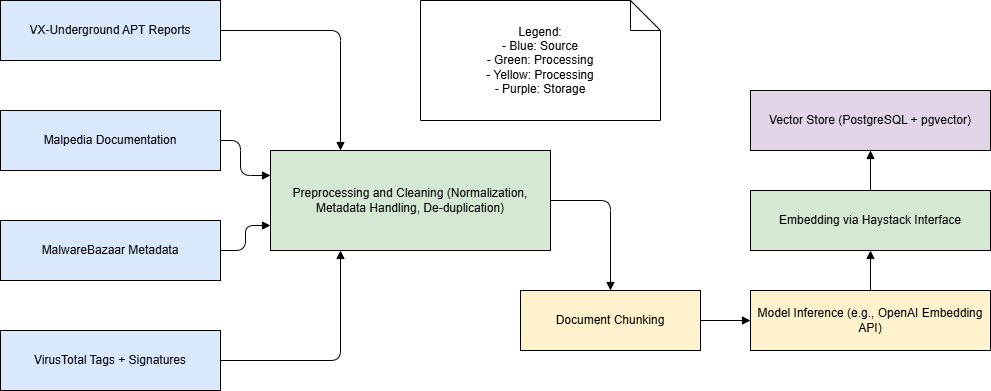
Above: images/data-ingestion.png in andremmfaria/masters-thesis (draw.io), before the change. Source tidied: cells renumbered, new cells last; positions are measured from the earlier drawing's top-left corner, leaving out a move shared by most shapes. Its diagram source:
```xml
<mxGraphModel>
  <root>
    <mxCell id="0" />
    <mxCell id="1" parent="0" />
    <mxCell id="2" value="VX-Underground APT Reports" style="shape=rectangle;whiteSpace=wrap;html=1;fillColor=#DAE8FC;" parent="1" vertex="1">
      <mxGeometry width="220" height="60" as="geometry" />
    </mxCell>
    <mxCell id="3" value="Malpedia Documentation" style="shape=rectangle;whiteSpace=wrap;html=1;fillColor=#DAE8FC;" parent="1" vertex="1">
      <mxGeometry y="110" width="220" height="60" as="geometry" />
    </mxCell>
    <mxCell id="4" value="MalwareBazaar Metadata" style="shape=rectangle;whiteSpace=wrap;html=1;fillColor=#DAE8FC;" parent="1" vertex="1">
      <mxGeometry y="220" width="220" height="60" as="geometry" />
    </mxCell>
    <mxCell id="5" value="VirusTotal Tags + Signatures" style="shape=rectangle;whiteSpace=wrap;html=1;fillColor=#DAE8FC;" parent="1" vertex="1">
      <mxGeometry y="330" width="220" height="60" as="geometry" />
    </mxCell>
    <mxCell id="6" value="Document Chunking" style="shape=rectangle;whiteSpace=wrap;html=1;fillColor=#FFF2CC;" parent="1" vertex="1">
      <mxGeometry x="520" y="290" width="180" height="60" as="geometry" />
    </mxCell>
    <mxCell id="7" value="Vector Store (PostgreSQL + pgvector)" style="shape=rectangle;whiteSpace=wrap;html=1;fillColor=#E1D5E7;" parent="1" vertex="1">
      <mxGeometry x="750" y="90" width="240" height="60" as="geometry" />
    </mxCell>
    <mxCell id="8" style="edgeStyle=orthogonalEdgeStyle;endArrow=block;html=1;entryX=0.25;entryY=0;entryDx=0;entryDy=0;" parent="1" edge="1" source="2" target="18">
      <mxGeometry relative="1" as="geometry" />
    </mxCell>
    <mxCell id="9" style="edgeStyle=orthogonalEdgeStyle;endArrow=block;html=1;entryX=0;entryY=0.25;entryDx=0;entryDy=0;" parent="1" edge="1" source="3" target="18">
      <mxGeometry relative="1" as="geometry">
        <Array as="points">
          <mxPoint x="240" y="140" />
          <mxPoint x="240" y="175" />
        </Array>
      </mxGeometry>
    </mxCell>
    <mxCell id="10" style="edgeStyle=orthogonalEdgeStyle;endArrow=block;html=1;entryX=0;entryY=0.75;entryDx=0;entryDy=0;" parent="1" edge="1" source="4" target="18">
      <mxGeometry relative="1" as="geometry" />
    </mxCell>
    <mxCell id="11" style="edgeStyle=orthogonalEdgeStyle;endArrow=block;html=1;entryX=0.25;entryY=1;entryDx=0;entryDy=0;" parent="1" edge="1" source="5" target="18">
      <mxGeometry relative="1" as="geometry" />
    </mxCell>
    <mxCell id="12" style="edgeStyle=orthogonalEdgeStyle;endArrow=block;html=1;exitX=1;exitY=0.5;exitDx=0;exitDy=0;" parent="1" edge="1" source="18" target="6">
      <mxGeometry relative="1" as="geometry" />
    </mxCell>
    <mxCell id="13" style="edgeStyle=orthogonalEdgeStyle;endArrow=block;html=1;entryX=0;entryY=0.5;entryDx=0;entryDy=0;" parent="1" edge="1" source="6" target="16">
      <mxGeometry relative="1" as="geometry" />
    </mxCell>
    <mxCell id="14" style="edgeStyle=orthogonalEdgeStyle;endArrow=block;html=1;exitX=0.5;exitY=0;exitDx=0;exitDy=0;" parent="1" edge="1" source="17" target="7">
      <mxGeometry relative="1" as="geometry" />
    </mxCell>
    <mxCell id="15" value="Legend:&lt;br&gt;- Blue: Source&lt;br&gt;- Green: Processing&lt;br&gt;- Yellow: Processing&lt;br&gt;- Purple: Storage" style="shape=note;whiteSpace=wrap;html=1;" parent="1" vertex="1">
      <mxGeometry x="420" width="240" height="120" as="geometry" />
    </mxCell>
    <mxCell id="16" value="Model Inference (e.g., OpenAI Embedding API)" style="shape=rectangle;whiteSpace=wrap;html=1;fillColor=#FFF2CC;" parent="1" vertex="1">
      <mxGeometry x="750" y="290" width="240" height="60" as="geometry" />
    </mxCell>
    <mxCell id="17" value="Embedding via Haystack Interface" style="shape=rectangle;whiteSpace=wrap;html=1;fillColor=#D5E8D4;" parent="1" vertex="1">
      <mxGeometry x="750" y="190" width="240" height="60" as="geometry" />
    </mxCell>
    <mxCell id="18" value="Preprocessing and Cleaning (Normalization, Metadata Handling, De-duplication)" style="shape=rectangle;whiteSpace=wrap;html=1;fillColor=#D5E8D4;" parent="1" vertex="1">
      <mxGeometry x="270" y="150" width="280" height="100" as="geometry" />
    </mxCell>
    <mxCell id="19" style="edgeStyle=orthogonalEdgeStyle;endArrow=block;html=1;entryX=0.5;entryY=1;entryDx=0;entryDy=0;exitX=0.5;exitY=0;exitDx=0;exitDy=0;" parent="1" edge="1" source="16" target="17">
      <mxGeometry relative="1" as="geometry" />
    </mxCell>
  </root>
</mxGraphModel>
```
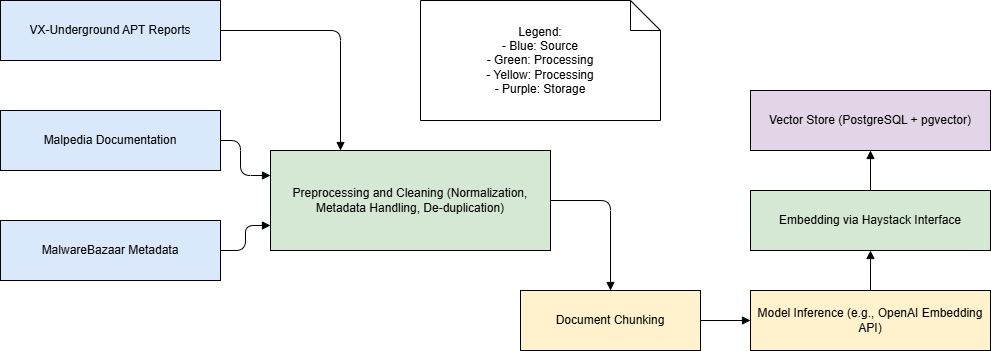
The same diagram one commit later.

The edit, as a diff of the source:
```diff
@@ -11,9 +11,6 @@
     <mxCell id="4" value="MalwareBazaar Metadata" style="shape=rectangle;whiteSpace=wrap;html=1;fillColor=#DAE8FC;" parent="1" vertex="1">
       <mxGeometry y="220" width="220" height="60" as="geometry" />
     </mxCell>
-    <mxCell id="5" value="VirusTotal Tags + Signatures" style="shape=rectangle;whiteSpace=wrap;html=1;fillColor=#DAE8FC;" parent="1" vertex="1">
-      <mxGeometry y="330" width="220" height="60" as="geometry" />
-    </mxCell>
     <mxCell id="6" value="Document Chunking" style="shape=rectangle;whiteSpace=wrap;html=1;fillColor=#FFF2CC;" parent="1" vertex="1">
       <mxGeometry x="520" y="290" width="180" height="60" as="geometry" />
     </mxCell>
@@ -34,9 +31,6 @@
     <mxCell id="10" style="edgeStyle=orthogonalEdgeStyle;endArrow=block;html=1;entryX=0;entryY=0.75;entryDx=0;entryDy=0;" parent="1" edge="1" source="4" target="18">
       <mxGeometry relative="1" as="geometry" />
     </mxCell>
-    <mxCell id="11" style="edgeStyle=orthogonalEdgeStyle;endArrow=block;html=1;entryX=0.25;entryY=1;entryDx=0;entryDy=0;" parent="1" edge="1" source="5" target="18">
-      <mxGeometry relative="1" as="geometry" />
-    </mxCell>
     <mxCell id="12" style="edgeStyle=orthogonalEdgeStyle;endArrow=block;html=1;exitX=1;exitY=0.5;exitDx=0;exitDy=0;" parent="1" edge="1" source="18" target="6">
       <mxGeometry relative="1" as="geometry" />
     </mxCell>
```
